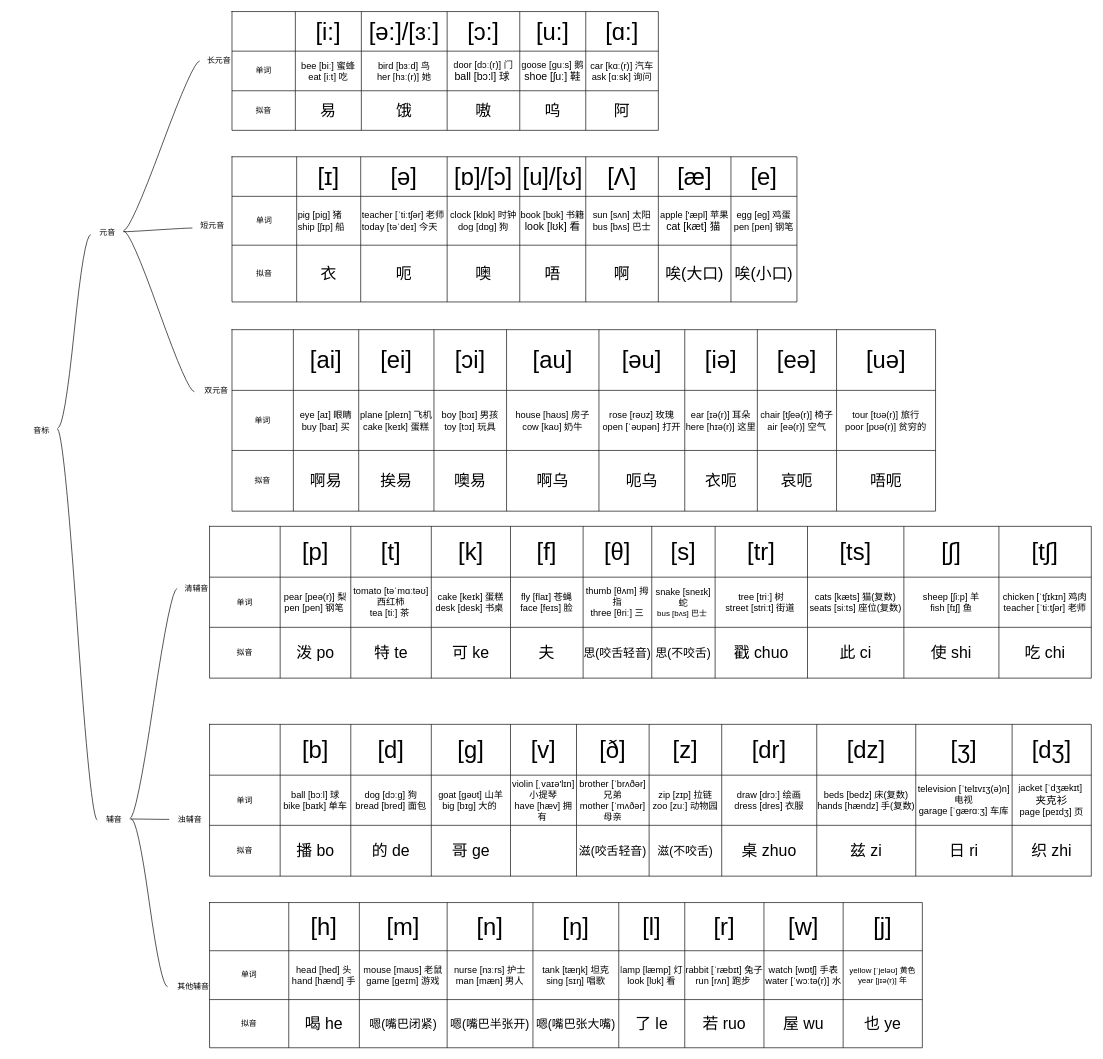
Before: page "第 2 页" (2 of 3) of 未命名表单.drawio in gituserc123/HelloWorld, a draw.io diagram. Source tidied: cells renumbered, new cells numbered last; positions are measured from the earlier drawing's top-left corner, leaving out a move shared by most shapes. Both pictures are drawn from the tidied source at 66%, with x=0, y=0 at pixel (24, 11).
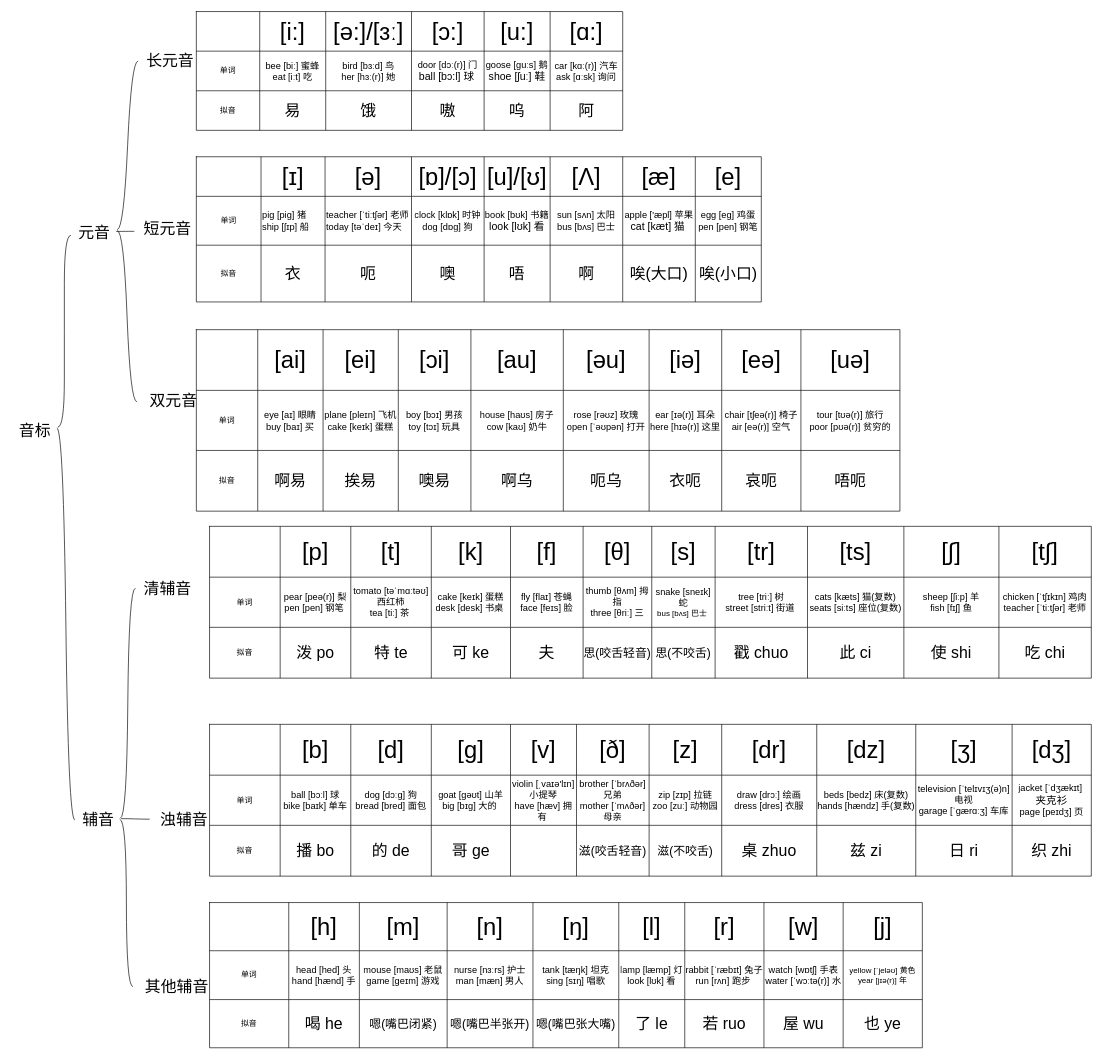
Above is the later version.

Diff of the diagram source:
```diff
@@
-    <mxCell id="2" value="音标" style="text;html=1;align=center;verticalAlign=middle;points=[];strokeColor=none;fillColor=none;" parent="1" vertex="1">
-      <mxGeometry y="620" width="50" height="30" as="geometry" />
+    <mxCell id="2" value="&lt;font style=&quot;font-size: 24px;&quot;&gt;音标&lt;/font&gt;" style="text;html=1;align=center;verticalAlign=middle;points=[];strokeColor=none;fillColor=none;" parent="1" vertex="1">
+      <mxGeometry x="-20" y="615" width="70" height="40" as="geometry" />
     </mxCell>
@@
-    <mxCell id="5" value="元音" style="text;html=1;align=center;verticalAlign=middle;points=[];strokeColor=none;fillColor=none;" parent="1" vertex="1">
-      <mxGeometry x="100" y="320" width="50" height="30" as="geometry" />
+    <mxCell id="5" value="&lt;font style=&quot;font-size: 24px;&quot;&gt;元音&lt;/font&gt;" style="text;html=1;align=center;verticalAlign=middle;points=[];strokeColor=none;fillColor=none;" parent="1" vertex="1">
+      <mxGeometry x="70" y="315" width="70" height="40" as="geometry" />
     </mxCell>
-    <mxCell id="6" value="辅音" style="text;html=1;align=center;verticalAlign=middle;points=[];strokeColor=none;fillColor=none;" parent="1" vertex="1">
-      <mxGeometry x="110" y="1210" width="50" height="30" as="geometry" />
+    <mxCell id="6" value="&lt;font style=&quot;font-size: 24px;&quot;&gt;辅音&lt;/font&gt;" style="text;html=1;align=center;verticalAlign=middle;points=[];strokeColor=none;fillColor=none;" parent="1" vertex="1">
+      <mxGeometry x="76" y="1205" width="70" height="40" as="geometry" />
     </mxCell>
@@
-    <mxCell id="11" value="短元音" style="text;html=1;align=center;verticalAlign=middle;points=[];strokeColor=none;fillColor=none;" parent="1" vertex="1">
-      <mxGeometry x="254" y="310" width="60" height="30" as="geometry" />
+    <mxCell id="11" value="&lt;font style=&quot;font-size: 24px;&quot;&gt;短元音&lt;/font&gt;" style="text;html=1;align=center;verticalAlign=middle;points=[];strokeColor=none;fillColor=none;" parent="1" vertex="1">
+      <mxGeometry x="166" y="309" width="100" height="40" as="geometry" />
     </mxCell>
-    <mxCell id="12" value="长元音" style="text;html=1;align=center;verticalAlign=middle;points=[];strokeColor=none;fillColor=none;" parent="1" vertex="1">
-      <mxGeometry x="264" y="60" width="60" height="30" as="geometry" />
+    <mxCell id="12" value="&lt;font style=&quot;font-size: 24px;&quot;&gt;长元音&lt;/font&gt;" style="text;html=1;align=center;verticalAlign=middle;points=[];strokeColor=none;fillColor=none;" parent="1" vertex="1">
+      <mxGeometry x="170" y="55" width="100" height="40" as="geometry" />
     </mxCell>
-    <mxCell id="13" value="双元音" style="text;html=1;align=center;verticalAlign=middle;points=[];strokeColor=none;fillColor=none;" parent="1" vertex="1">
-      <mxGeometry x="260" y="560" width="60" height="30" as="geometry" />
+    <mxCell id="13" value="&lt;font style=&quot;font-size: 24px;&quot;&gt;双元音&lt;/font&gt;" style="text;html=1;align=center;verticalAlign=middle;points=[];strokeColor=none;fillColor=none;" parent="1" vertex="1">
+      <mxGeometry x="175" y="570" width="100" height="40" as="geometry" />
     </mxCell>
     <mxCell id="14" style="shape=table;startSize=0;childLayout=tableLayout;" parent="1" vertex="1">
-      <mxGeometry x="314" y="220" width="856" height="220" as="geometry" />
+      <mxGeometry x="260" y="220" width="856" height="220" as="geometry" />
     </mxCell>
@@
     <mxCell id="42" style="shape=table;startSize=0;childLayout=tableLayout;" parent="1" vertex="1">
-      <mxGeometry x="314" width="646" height="180" as="geometry" />
+      <mxGeometry x="260" width="646" height="180" as="geometry" />
     </mxCell>
@@
     <mxCell id="64" style="shape=table;startSize=0;childLayout=tableLayout;" parent="1" vertex="1">
-      <mxGeometry x="314" y="482" width="1066" height="275" as="geometry" />
+      <mxGeometry x="260" y="482" width="1066" height="275" as="geometry" />
     </mxCell>
@@
-    <mxCell id="132" style="edgeStyle=entityRelationEdgeStyle;startArrow=none;endArrow=none;segment=10;curved=1;sourcePerimeterSpacing=0;targetPerimeterSpacing=0;rounded=0;exitX=1.02;exitY=0.433;exitDx=0;exitDy=0;exitPerimeter=0;entryX=-0.05;entryY=0.5;entryDx=0;entryDy=0;entryPerimeter=0;" parent="1" edge="1" source="6" target="136">
+    <mxCell id="132" style="edgeStyle=entityRelationEdgeStyle;startArrow=none;endArrow=none;segment=10;curved=1;sourcePerimeterSpacing=0;targetPerimeterSpacing=0;rounded=0;entryX=-0.05;entryY=0.5;entryDx=0;entryDy=0;entryPerimeter=0;exitX=0.971;exitY=0.475;exitDx=0;exitDy=0;exitPerimeter=0;" parent="1" edge="1" source="6" target="136">
       <mxGeometry relative="1" as="geometry" />
     </mxCell>
@@
-    <mxCell id="134" value="清辅音" style="text;html=1;align=center;verticalAlign=middle;points=[];strokeColor=none;fillColor=none;" parent="1" vertex="1">
-      <mxGeometry x="230" y="860" width="60" height="30" as="geometry" />
+    <mxCell id="134" value="&lt;font style=&quot;font-size: 24px;&quot;&gt;清辅音&lt;/font&gt;" style="text;html=1;align=center;verticalAlign=middle;points=[];strokeColor=none;fillColor=none;" parent="1" vertex="1">
+      <mxGeometry x="166" y="855" width="100" height="40" as="geometry" />
     </mxCell>
-    <mxCell id="135" value="浊辅音" style="text;html=1;align=center;verticalAlign=middle;points=[];strokeColor=none;fillColor=none;" parent="1" vertex="1">
-      <mxGeometry x="220" y="1210" width="60" height="30" as="geometry" />
+    <mxCell id="135" value="&lt;font style=&quot;font-size: 24px;&quot;&gt;浊辅音&lt;/font&gt;" style="text;html=1;align=center;verticalAlign=middle;points=[];strokeColor=none;fillColor=none;" parent="1" vertex="1">
+      <mxGeometry x="191" y="1205" width="100" height="40" as="geometry" />
     </mxCell>
-    <mxCell id="136" value="其他辅音" style="text;html=1;align=center;verticalAlign=middle;points=[];strokeColor=none;fillColor=none;" parent="1" vertex="1">
-      <mxGeometry x="220" y="1462.5" width="70" height="30" as="geometry" />
+    <mxCell id="136" value="&lt;font style=&quot;font-size: 24px;&quot;&gt;其他辅音&lt;/font&gt;" style="text;html=1;align=center;verticalAlign=middle;points=[];strokeColor=none;fillColor=none;" parent="1" vertex="1">
+      <mxGeometry x="170" y="1457.5" width="120" height="40" as="geometry" />
     </mxCell>
```
